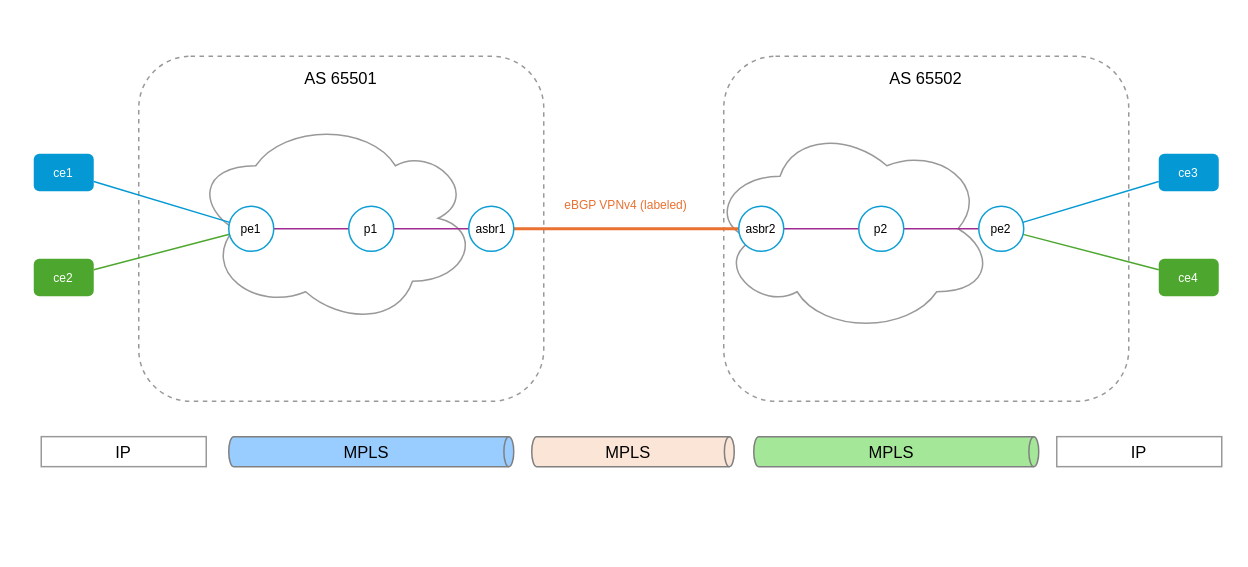
zebra-rs/zebra-rs keeps this draw.io diagram as playset/images/InterASOptionB.drawio. Above is the earlier version. Source tidied: cells renumbered, new cells numbered last; positions are measured from the earlier drawing's top-left corner, leaving out a move shared by most shapes. Both pictures are drawn from the tidied source at 150%, with x=0, y=0 at pixel (33, 56).
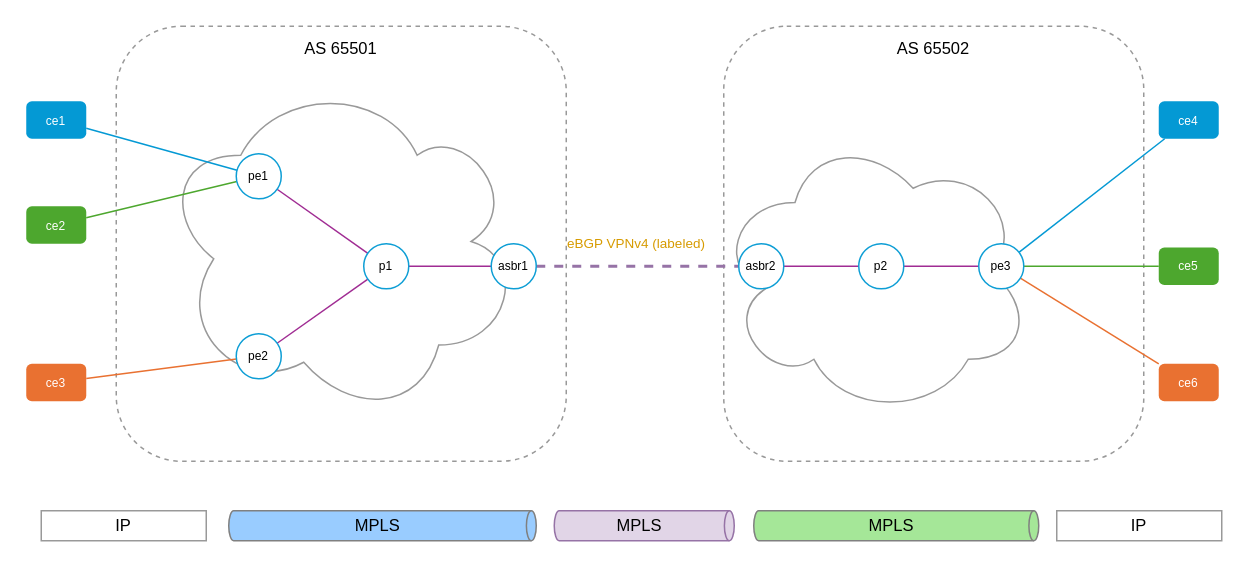
The same diagram, later.

Diff of the diagram source:
```diff
@@
     <mxCell id="2" style="rounded=1;whiteSpace=wrap;html=1;fillColor=none;dashed=1;strokeColor=#999999;" parent="1" vertex="1">
-      <mxGeometry x="70" width="270" height="230" as="geometry" />
+      <mxGeometry x="55" y="-20" width="300" height="290" as="geometry" />
     </mxCell>
     <mxCell id="3" style="rounded=1;whiteSpace=wrap;html=1;fillColor=none;dashed=1;strokeColor=#999999;" parent="1" vertex="1">
-      <mxGeometry x="460" width="270" height="230" as="geometry" />
+      <mxGeometry x="460" y="-20" width="280" height="290" as="geometry" />
     </mxCell>
     <mxCell id="4" style="ellipse;shape=cloud;whiteSpace=wrap;html=1;flipV=1;flipH=1;strokeColor=#999999;" parent="1" vertex="1">
-      <mxGeometry x="110" y="45" width="190" height="140" as="geometry" />
+      <mxGeometry x="90" y="20" width="240" height="230" as="geometry" />
     </mxCell>
     <mxCell id="5" style="ellipse;shape=cloud;whiteSpace=wrap;html=1;strokeColor=#999999;" parent="1" vertex="1">
-      <mxGeometry x="450" y="45" width="190" height="140" as="geometry" />
+      <mxGeometry x="455" y="50" width="210" height="190" as="geometry" />
     </mxCell>
     <mxCell id="6" value="AS 65501" style="text;html=1;whiteSpace=wrap;strokeColor=none;fillColor=none;align=center;verticalAlign=middle;rounded=0;fontSize=11;" parent="1" vertex="1">
-      <mxGeometry x="170" width="70" height="30" as="geometry" />
+      <mxGeometry x="170" y="-20" width="70" height="30" as="geometry" />
     </mxCell>
     <mxCell id="7" value="AS 65502" style="text;html=1;whiteSpace=wrap;strokeColor=none;fillColor=none;align=center;verticalAlign=middle;rounded=0;fontSize=11;" parent="1" vertex="1">
-      <mxGeometry x="560" width="70" height="30" as="geometry" />
+      <mxGeometry x="565" y="-20" width="70" height="30" as="geometry" />
     </mxCell>
@@
+    <mxCell id="33" style="endArrow=none;html=1;rounded=0;strokeColor=#E97131;" parent="1" edge="1" source="26" target="23">
+      <mxGeometry relative="1" as="geometry" />
+    </mxCell>
@@
+    <mxCell id="34" style="endArrow=none;html=1;rounded=0;strokeColor=#A02C93;" parent="1" edge="1" source="23" target="19">
+      <mxGeometry relative="1" as="geometry" />
+    </mxCell>
@@
-    <mxCell id="13" style="endArrow=none;html=1;rounded=0;strokeColor=#A02C93;" parent="1" edge="1" source="22" target="23">
-      <mxGeometry relative="1" as="geometry" />
-    </mxCell>
-    <mxCell id="14" style="endArrow=none;html=1;rounded=0;strokeColor=#0499D4;" parent="1" edge="1" source="23" target="26">
-      <mxGeometry relative="1" as="geometry" />
-    </mxCell>
-    <mxCell id="15" style="endArrow=none;html=1;rounded=0;strokeColor=#4DA72E;" parent="1" edge="1" source="23" target="27">
-      <mxGeometry relative="1" as="geometry" />
-    </mxCell>
+    <mxCell id="35" style="endArrow=none;html=1;rounded=0;strokeColor=#A02C93;" parent="1" edge="1" source="22" target="39">
+      <mxGeometry relative="1" as="geometry" />
+    </mxCell>
+    <mxCell id="36" style="endArrow=none;html=1;rounded=0;strokeColor=#0499D4;" parent="1" edge="1" source="39" target="27">
+      <mxGeometry relative="1" as="geometry" />
+    </mxCell>
+    <mxCell id="37" style="endArrow=none;html=1;rounded=0;strokeColor=#4DA72E;" parent="1" edge="1" source="39" target="40">
+      <mxGeometry relative="1" as="geometry" />
+    </mxCell>
+    <mxCell id="38" style="endArrow=none;html=1;rounded=0;strokeColor=#E97131;" parent="1" edge="1" source="39" target="41">
+      <mxGeometry relative="1" as="geometry" />
+    </mxCell>
-    <mxCell id="16" style="endArrow=none;html=1;rounded=0;strokeColor=#E97131;strokeWidth=2;" parent="1" edge="1" source="20" target="21">
+    <mxCell id="16" style="endArrow=none;html=1;rounded=0;dashed=1;strokeColor=#9673A6;strokeWidth=2;" parent="1" edge="1" source="20" target="21">
       <mxGeometry relative="1" as="geometry" />
     </mxCell>
-    <mxCell id="17" value="eBGP VPNv4 (labeled)" style="text;html=1;whiteSpace=wrap;strokeColor=none;fillColor=none;align=center;verticalAlign=middle;rounded=0;fontSize=8;fontColor=#E97131;" parent="1" vertex="1">
-      <mxGeometry x="340" y="92" width="110" height="14" as="geometry" />
+    <mxCell id="17" value="eBGP VPNv4 (labeled)" style="text;html=1;whiteSpace=wrap;strokeColor=none;fillColor=none;align=center;verticalAlign=middle;rounded=0;fontSize=9;fontColor=#D79B00;" parent="1" vertex="1">
+      <mxGeometry x="337" y="118" width="130" height="14" as="geometry" />
     </mxCell>
     <mxCell id="18" value="pe1" style="ellipse;whiteSpace=wrap;html=1;strokeColor=#0E9ED5;fillColor=#FFFFFF;fontSize=8;" parent="1" vertex="1">
-      <mxGeometry x="130" y="100" width="30" height="30" as="geometry" />
+      <mxGeometry x="135" y="65" width="30" height="30" as="geometry" />
     </mxCell>
+    <mxCell id="23" value="pe2" style="ellipse;whiteSpace=wrap;html=1;strokeColor=#0E9ED5;fillColor=#FFFFFF;fontSize=8;" parent="1" vertex="1">
+      <mxGeometry x="135" y="185" width="30" height="30" as="geometry" />
+    </mxCell>
     <mxCell id="19" value="p1" style="ellipse;whiteSpace=wrap;html=1;strokeColor=#0E9ED5;fillColor=#FFFFFF;fontSize=8;" parent="1" vertex="1">
-      <mxGeometry x="210" y="100" width="30" height="30" as="geometry" />
+      <mxGeometry x="220" y="125" width="30" height="30" as="geometry" />
     </mxCell>
     <mxCell id="20" value="asbr1" style="ellipse;whiteSpace=wrap;html=1;strokeColor=#0E9ED5;fillColor=#FFFFFF;fontSize=8;" parent="1" vertex="1">
-      <mxGeometry x="290" y="100" width="30" height="30" as="geometry" />
+      <mxGeometry x="305" y="125" width="30" height="30" as="geometry" />
     </mxCell>
     <mxCell id="21" value="asbr2" style="ellipse;whiteSpace=wrap;html=1;strokeColor=#0E9ED5;fillColor=#FFFFFF;fontSize=8;" parent="1" vertex="1">
-      <mxGeometry x="470" y="100" width="30" height="30" as="geometry" />
+      <mxGeometry x="470" y="125" width="30" height="30" as="geometry" />
     </mxCell>
     <mxCell id="22" value="p2" style="ellipse;whiteSpace=wrap;html=1;strokeColor=#0E9ED5;fillColor=#FFFFFF;fontSize=8;" parent="1" vertex="1">
-      <mxGeometry x="550" y="100" width="30" height="30" as="geometry" />
+      <mxGeometry x="550" y="125" width="30" height="30" as="geometry" />
     </mxCell>
-    <mxCell id="23" value="pe2" style="ellipse;whiteSpace=wrap;html=1;strokeColor=#0E9ED5;fillColor=#FFFFFF;fontSize=8;" parent="1" vertex="1">
-      <mxGeometry x="630" y="100" width="30" height="30" as="geometry" />
-    </mxCell>
+    <mxCell id="39" value="pe3" style="ellipse;whiteSpace=wrap;html=1;strokeColor=#0E9ED5;fillColor=#FFFFFF;fontSize=8;" parent="1" vertex="1">
+      <mxGeometry x="630" y="125" width="30" height="30" as="geometry" />
+    </mxCell>
     <mxCell id="24" value="ce1" style="rounded=1;whiteSpace=wrap;html=1;fillStyle=solid;fillColor=#0499D4;strokeColor=none;fontSize=8;fontColor=#FFFFFF;" parent="1" vertex="1">
-      <mxGeometry y="65" width="40" height="25" as="geometry" />
+      <mxGeometry x="-5" y="30" width="40" height="25" as="geometry" />
     </mxCell>
     <mxCell id="25" value="ce2" style="rounded=1;whiteSpace=wrap;html=1;fillStyle=solid;fillColor=#4DA72E;strokeColor=none;fontSize=8;fontColor=#FFFFFF;" parent="1" vertex="1">
-      <mxGeometry y="135" width="40" height="25" as="geometry" />
+      <mxGeometry x="-5" y="100" width="40" height="25" as="geometry" />
     </mxCell>
-    <mxCell id="26" value="ce3" style="rounded=1;whiteSpace=wrap;html=1;fillStyle=solid;fillColor=#0499D4;strokeColor=none;fontSize=8;fontColor=#FFFFFF;" parent="1" vertex="1">
-      <mxGeometry x="750" y="65" width="40" height="25" as="geometry" />
+    <mxCell id="26" value="ce3" style="rounded=1;whiteSpace=wrap;html=1;fillStyle=solid;fillColor=#E97131;strokeColor=none;fontSize=8;fontColor=#FFFFFF;" parent="1" vertex="1">
+      <mxGeometry x="-5" y="205" width="40" height="25" as="geometry" />
     </mxCell>
-    <mxCell id="27" value="ce4" style="rounded=1;whiteSpace=wrap;html=1;fillStyle=solid;fillColor=#4DA72E;strokeColor=none;fontSize=8;fontColor=#FFFFFF;" parent="1" vertex="1">
-      <mxGeometry x="750" y="135" width="40" height="25" as="geometry" />
+    <mxCell id="27" value="ce4" style="rounded=1;whiteSpace=wrap;html=1;fillStyle=solid;fillColor=#0499D4;strokeColor=none;fontSize=8;fontColor=#FFFFFF;" parent="1" vertex="1">
+      <mxGeometry x="750" y="30" width="40" height="25" as="geometry" />
     </mxCell>
+    <mxCell id="40" value="ce5" style="rounded=1;whiteSpace=wrap;html=1;fillStyle=solid;fillColor=#4DA72E;strokeColor=none;fontSize=8;fontColor=#FFFFFF;" parent="1" vertex="1">
+      <mxGeometry x="750" y="127.5" width="40" height="25" as="geometry" />
+    </mxCell>
+    <mxCell id="41" value="ce6" style="rounded=1;whiteSpace=wrap;html=1;fillStyle=solid;fillColor=#E97131;strokeColor=none;fontSize=8;fontColor=#FFFFFF;" parent="1" vertex="1">
+      <mxGeometry x="750" y="205" width="40" height="25" as="geometry" />
+    </mxCell>
     <mxCell id="28" value="IP" style="rounded=0;whiteSpace=wrap;html=1;strokeColor=#999999;fontSize=11;" parent="1" vertex="1">
-      <mxGeometry x="5" y="253.6" width="110" height="20" as="geometry" />
+      <mxGeometry x="5" y="303" width="110" height="20" as="geometry" />
     </mxCell>
     <mxCell id="29" value="MPLS" style="shape=cylinder3;whiteSpace=wrap;html=1;boundedLbl=1;backgroundOutline=1;size=3.285714285714164;direction=south;strokeColor=#808080;fillColor=light-dark(#99CCFF,#2566A8);fontColor=#000000;fontSize=11;" parent="1" vertex="1">
-      <mxGeometry x="130" y="253.6" width="190" height="20" as="geometry" />
+      <mxGeometry x="130" y="303" width="205" height="20" as="geometry" />
     </mxCell>
-    <mxCell id="30" value="MPLS" style="shape=cylinder3;whiteSpace=wrap;html=1;boundedLbl=1;backgroundOutline=1;size=3.285714285714164;direction=south;strokeColor=#808080;fillColor=light-dark(#FBE5D6,#7A4A21);fontColor=#000000;fontSize=11;" parent="1" vertex="1">
-      <mxGeometry x="332" y="253.6" width="135" height="20" as="geometry" />
+    <mxCell id="30" value="MPLS" style="shape=cylinder3;whiteSpace=wrap;html=1;boundedLbl=1;backgroundOutline=1;size=3.285714285714164;direction=south;strokeColor=#9673A6;fillColor=light-dark(#E1D5E7,#59426B);fontColor=#000000;fontSize=11;" parent="1" vertex="1">
+      <mxGeometry x="347" y="303" width="120" height="20" as="geometry" />
     </mxCell>
     <mxCell id="31" value="MPLS" style="shape=cylinder3;whiteSpace=wrap;html=1;boundedLbl=1;backgroundOutline=1;size=3.285714285714164;direction=south;strokeColor=#808080;fillColor=light-dark(#A5E798,#003900);fontColor=#000000;fontSize=11;" parent="1" vertex="1">
-      <mxGeometry x="480" y="253.6" width="190" height="20" as="geometry" />
+      <mxGeometry x="480" y="303" width="190" height="20" as="geometry" />
     </mxCell>
     <mxCell id="32" value="IP" style="rounded=0;whiteSpace=wrap;html=1;strokeColor=#999999;fontSize=11;" parent="1" vertex="1">
-      <mxGeometry x="682" y="253.6" width="110" height="20" as="geometry" />
+      <mxGeometry x="682" y="303" width="110" height="20" as="geometry" />
     </mxCell>
```
